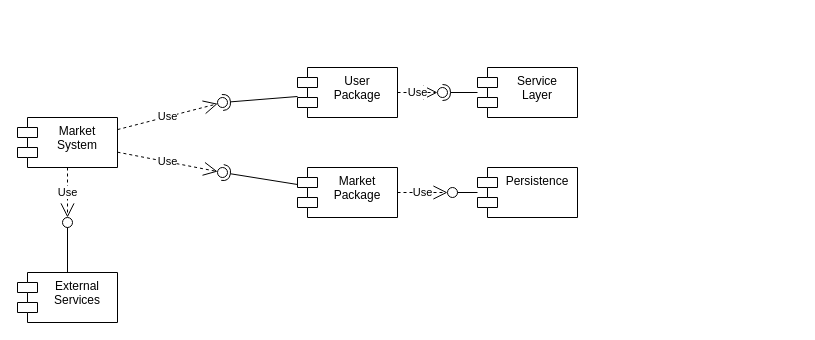
This is page "Architecture Diagram" (2 of 2) of Workshop.drawio from itaitzruia4/Workshop, a draw.io file, before an edit. Source tidied: cells renumbered, new cells numbered last; positions are measured from the earlier drawing's top-left corner, leaving out a move shared by most shapes. Both pictures are drawn from the tidied source at 100%, with x=0, y=0 at pixel (17, 67).
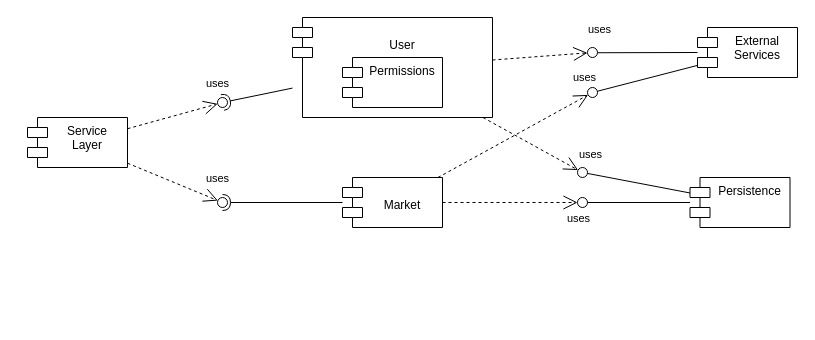
The same page after the edit.

Commit message:
added permissions nested component and removed MarketSystem component from to component diagram

Change to the diagram source:
```diff
@@
-    <mxCell id="2" value="Market&#10;System" style="shape=module;align=left;spacingLeft=20;align=center;verticalAlign=top;" parent="1" vertex="1">
-      <mxGeometry y="50" width="100" height="50" as="geometry" />
-    </mxCell>
-    <mxCell id="3" value="Market&#10;Package" style="shape=module;align=left;spacingLeft=20;align=center;verticalAlign=top;" parent="1" vertex="1">
-      <mxGeometry x="280" y="100" width="100" height="50" as="geometry" />
+    <mxCell id="3" value="&#10;Market" style="shape=module;align=left;spacingLeft=20;align=center;verticalAlign=top;" parent="1" vertex="1">
+      <mxGeometry x="325" y="110" width="100" height="50" as="geometry" />
     </mxCell>
-    <mxCell id="4" value="User&#10;Package" style="shape=module;align=left;spacingLeft=20;align=center;verticalAlign=top;" parent="1" vertex="1">
-      <mxGeometry x="280" width="100" height="50" as="geometry" />
-    </mxCell>
     <mxCell id="5" value="Service&#10;Layer" style="shape=module;align=left;spacingLeft=20;align=center;verticalAlign=top;" parent="1" vertex="1">
-      <mxGeometry x="460" width="100" height="50" as="geometry" />
+      <mxGeometry x="10" y="50" width="100" height="50" as="geometry" />
     </mxCell>
     <mxCell id="6" value="Persistence" style="shape=module;align=left;spacingLeft=20;align=center;verticalAlign=top;" parent="1" vertex="1">
-      <mxGeometry x="460" y="100" width="100" height="50" as="geometry" />
+      <mxGeometry x="672.5" y="110" width="100" height="50" as="geometry" />
     </mxCell>
     <mxCell id="7" value="External&#10;Services" style="shape=module;align=left;spacingLeft=20;align=center;verticalAlign=top;" parent="1" vertex="1">
-      <mxGeometry y="205" width="100" height="50" as="geometry" />
+      <mxGeometry x="680" y="-40" width="100" height="50" as="geometry" />
     </mxCell>
-    <mxCell id="8" value="Use" style="endArrow=open;endSize=12;dashed=1;html=1;rounded=0;" parent="1" edge="1" source="2" target="10">
-      <mxGeometry relative="1" as="geometry" />
-    </mxCell>
-    <mxCell id="9" style="rounded=0;jettySize=auto;html=1;endArrow=halfCircle;endFill=0;entryX=0.5;entryY=0.5;endSize=6;strokeWidth=1;sketch=0;" parent="1" edge="1" source="4" target="10">
-      <mxGeometry relative="1" as="geometry" />
-    </mxCell>
-    <mxCell id="10" style="ellipse;whiteSpace=wrap;html=1;align=center;points=[];outlineConnect=0;sketch=0;" parent="1" vertex="1">
-      <mxGeometry x="200" y="30" width="10" height="10" as="geometry" />
-    </mxCell>
-    <mxCell id="11" value="Use" style="endArrow=open;endSize=12;dashed=1;html=1;rounded=0;" parent="1" edge="1" source="2" target="12">
-      <mxGeometry relative="1" as="geometry" />
-    </mxCell>
-    <mxCell id="12" style="ellipse;whiteSpace=wrap;html=1;align=center;points=[];outlineConnect=0;sketch=0;" parent="1" vertex="1">
-      <mxGeometry x="45" y="150" width="10" height="10" as="geometry" />
-    </mxCell>
-    <mxCell id="13" style="endArrow=none;html=1;rounded=0;" parent="1" edge="1" source="12" target="7">
-      <mxGeometry relative="1" as="geometry" />
-    </mxCell>
-    <mxCell id="14" value="Use" style="endArrow=open;endSize=12;dashed=1;html=1;rounded=0;" parent="1" edge="1" source="2" target="16">
-      <mxGeometry relative="1" as="geometry" />
-    </mxCell>
-    <mxCell id="15" style="rounded=0;jettySize=auto;html=1;endArrow=halfCircle;endFill=0;entryX=0.5;entryY=0.5;endSize=6;strokeWidth=1;sketch=0;" parent="1" edge="1" source="3" target="16">
-      <mxGeometry relative="1" as="geometry" />
-    </mxCell>
-    <mxCell id="16" style="ellipse;whiteSpace=wrap;html=1;align=center;points=[];outlineConnect=0;sketch=0;" parent="1" vertex="1">
-      <mxGeometry x="200" y="100" width="10" height="10" as="geometry" />
-    </mxCell>
-    <mxCell id="17" value="Use" style="endArrow=open;endSize=12;dashed=1;html=1;rounded=0;" parent="1" edge="1" source="3" target="18">
-      <mxGeometry relative="1" as="geometry" />
-    </mxCell>
-    <mxCell id="18" style="ellipse;whiteSpace=wrap;html=1;align=center;points=[];outlineConnect=0;sketch=0;" parent="1" vertex="1">
-      <mxGeometry x="430" y="120" width="10" height="10" as="geometry" />
-    </mxCell>
-    <mxCell id="19" style="endArrow=none;html=1;rounded=0;" parent="1" edge="1" source="18" target="6">
-      <mxGeometry relative="1" as="geometry" />
-    </mxCell>
-    <mxCell id="20" value="Use" style="endArrow=open;endSize=12;dashed=1;html=1;rounded=0;" parent="1" edge="1" source="4" target="22">
-      <mxGeometry relative="1" as="geometry" />
-    </mxCell>
-    <mxCell id="21" style="rounded=0;jettySize=auto;html=1;endArrow=halfCircle;endFill=0;entryX=0.5;entryY=0.5;endSize=6;strokeWidth=1;sketch=0;" parent="1" edge="1" source="5" target="22">
+    <mxCell id="21" style="rounded=0;jettySize=auto;html=1;endArrow=halfCircle;endFill=0;entryX=0.5;entryY=0.5;endSize=6;strokeWidth=1;sketch=0;" parent="1" edge="1" source="4" target="22">
       <mxGeometry relative="1" as="geometry" />
     </mxCell>
     <mxCell id="22" style="ellipse;whiteSpace=wrap;html=1;align=center;points=[];outlineConnect=0;sketch=0;" parent="1" vertex="1">
-      <mxGeometry x="420" y="20" width="10" height="10" as="geometry" />
+      <mxGeometry x="200" y="30" width="10" height="10" as="geometry" />
     </mxCell>
+    <mxCell id="23" style="ellipse;whiteSpace=wrap;html=1;align=center;points=[];outlineConnect=0;sketch=0;" parent="1" vertex="1">
+      <mxGeometry x="560" y="130" width="10" height="10" as="geometry" />
+    </mxCell>
+    <mxCell id="24" style="ellipse;whiteSpace=wrap;html=1;align=center;points=[];outlineConnect=0;sketch=0;" parent="1" vertex="1">
+      <mxGeometry x="560" y="100" width="10" height="10" as="geometry" />
+    </mxCell>
+    <mxCell id="25" style="endArrow=none;html=1;rounded=0;" parent="1" edge="1" source="24" target="6">
+      <mxGeometry relative="1" as="geometry" />
+    </mxCell>
+    <mxCell id="26" value="uses" style="edgeLabel;html=1;align=center;verticalAlign=middle;" parent="25" vertex="1">
+      <mxGeometry x="-0.51" y="1" relative="1" as="geometry">
+        <mxPoint x="-23" y="-23" as="offset" />
+      </mxGeometry>
+    </mxCell>
+    <mxCell id="27" style="endArrow=open;endSize=12;dashed=1;html=1;rounded=0;" parent="1" edge="1" source="5" target="22">
+      <mxGeometry x="0.47" y="-72" relative="1" as="geometry" />
+    </mxCell>
+    <mxCell id="28" value="uses" style="edgeLabel;html=1;align=center;verticalAlign=middle;" parent="27" vertex="1">
+      <mxGeometry x="0.52" y="2" relative="1" as="geometry">
+        <mxPoint x="22" y="-25" as="offset" />
+      </mxGeometry>
+    </mxCell>
+    <mxCell id="29" style="endArrow=open;endSize=12;dashed=1;html=1;rounded=0;" parent="1" edge="1" source="4" target="24">
+      <mxGeometry x="0.47" y="-72" relative="1" as="geometry" />
+    </mxCell>
+    <mxCell id="30" style="endArrow=open;endSize=12;dashed=1;html=1;rounded=0;" parent="1" edge="1" source="3" target="23">
+      <mxGeometry x="0.47" y="-72" relative="1" as="geometry" />
+    </mxCell>
+    <mxCell id="31" style="group;" parent="1" vertex="1">
+      <mxGeometry x="275" y="-50" width="200" height="100" as="geometry" />
+    </mxCell>
+    <mxCell id="4" value="&#10;User" style="shape=module;align=left;spacingLeft=20;align=center;verticalAlign=top;" parent="31" vertex="1">
+      <mxGeometry width="200" height="100" as="geometry" />
+    </mxCell>
+    <mxCell id="32" value="Permissions" style="shape=module;align=left;spacingLeft=20;align=center;verticalAlign=top;" parent="31" vertex="1">
+      <mxGeometry x="50" y="40" width="100" height="50" as="geometry" />
+    </mxCell>
+    <mxCell id="33" style="rounded=0;jettySize=auto;html=1;endArrow=halfCircle;endFill=0;entryX=0.5;entryY=0.5;endSize=6;strokeWidth=1;sketch=0;" parent="1" edge="1" source="3" target="34">
+      <mxGeometry relative="1" as="geometry" />
+    </mxCell>
+    <mxCell id="34" style="ellipse;whiteSpace=wrap;html=1;align=center;points=[];outlineConnect=0;sketch=0;" parent="1" vertex="1">
+      <mxGeometry x="200" y="130" width="10" height="10" as="geometry" />
+    </mxCell>
+    <mxCell id="35" style="endArrow=open;endSize=12;dashed=1;html=1;rounded=0;" parent="1" edge="1" source="5" target="34">
+      <mxGeometry x="0.47" y="-72" relative="1" as="geometry" />
+    </mxCell>
+    <mxCell id="36" value="uses" style="edgeLabel;html=1;align=center;verticalAlign=middle;" parent="35" vertex="1">
+      <mxGeometry x="0.41" relative="1" as="geometry">
+        <mxPoint x="26" y="-12" as="offset" />
+      </mxGeometry>
+    </mxCell>
+    <mxCell id="37" style="endArrow=none;html=1;rounded=0;" parent="1" edge="1" source="23" target="6">
+      <mxGeometry relative="1" as="geometry" />
+    </mxCell>
+    <mxCell id="38" value="uses" style="edgeLabel;html=1;align=center;verticalAlign=middle;" parent="37" vertex="1">
+      <mxGeometry x="-0.66" y="1" relative="1" as="geometry">
+        <mxPoint x="-27" y="16" as="offset" />
+      </mxGeometry>
+    </mxCell>
+    <mxCell id="39" style="ellipse;whiteSpace=wrap;html=1;align=center;points=[];outlineConnect=0;sketch=0;" parent="1" vertex="1">
+      <mxGeometry x="570" y="-20" width="10" height="10" as="geometry" />
+    </mxCell>
+    <mxCell id="40" style="endArrow=none;html=1;rounded=0;" parent="1" edge="1" source="39" target="7">
+      <mxGeometry relative="1" as="geometry" />
+    </mxCell>
+    <mxCell id="41" value="uses" style="edgeLabel;html=1;align=center;verticalAlign=middle;" parent="40" vertex="1">
+      <mxGeometry x="-0.51" y="1" relative="1" as="geometry">
+        <mxPoint x="-23" y="-23" as="offset" />
+      </mxGeometry>
+    </mxCell>
+    <mxCell id="42" style="endArrow=open;endSize=12;dashed=1;html=1;rounded=0;" parent="1" edge="1" source="4" target="39">
+      <mxGeometry x="0.47" y="-72" relative="1" as="geometry" />
+    </mxCell>
+    <mxCell id="43" style="ellipse;whiteSpace=wrap;html=1;align=center;points=[];outlineConnect=0;sketch=0;" parent="1" vertex="1">
+      <mxGeometry x="570" y="20" width="10" height="10" as="geometry" />
+    </mxCell>
+    <mxCell id="44" style="endArrow=none;html=1;rounded=0;" parent="1" edge="1" source="43" target="7">
+      <mxGeometry relative="1" as="geometry" />
+    </mxCell>
+    <mxCell id="45" value="uses" style="edgeLabel;html=1;align=center;verticalAlign=middle;" parent="44" vertex="1">
+      <mxGeometry x="-0.51" y="1" relative="1" as="geometry">
+        <mxPoint x="-37" y="-7" as="offset" />
+      </mxGeometry>
+    </mxCell>
+    <mxCell id="46" style="endArrow=open;endSize=12;dashed=1;html=1;rounded=0;" parent="1" edge="1" source="3" target="43">
+      <mxGeometry x="0.47" y="-72" relative="1" as="geometry" />
+    </mxCell>
```
